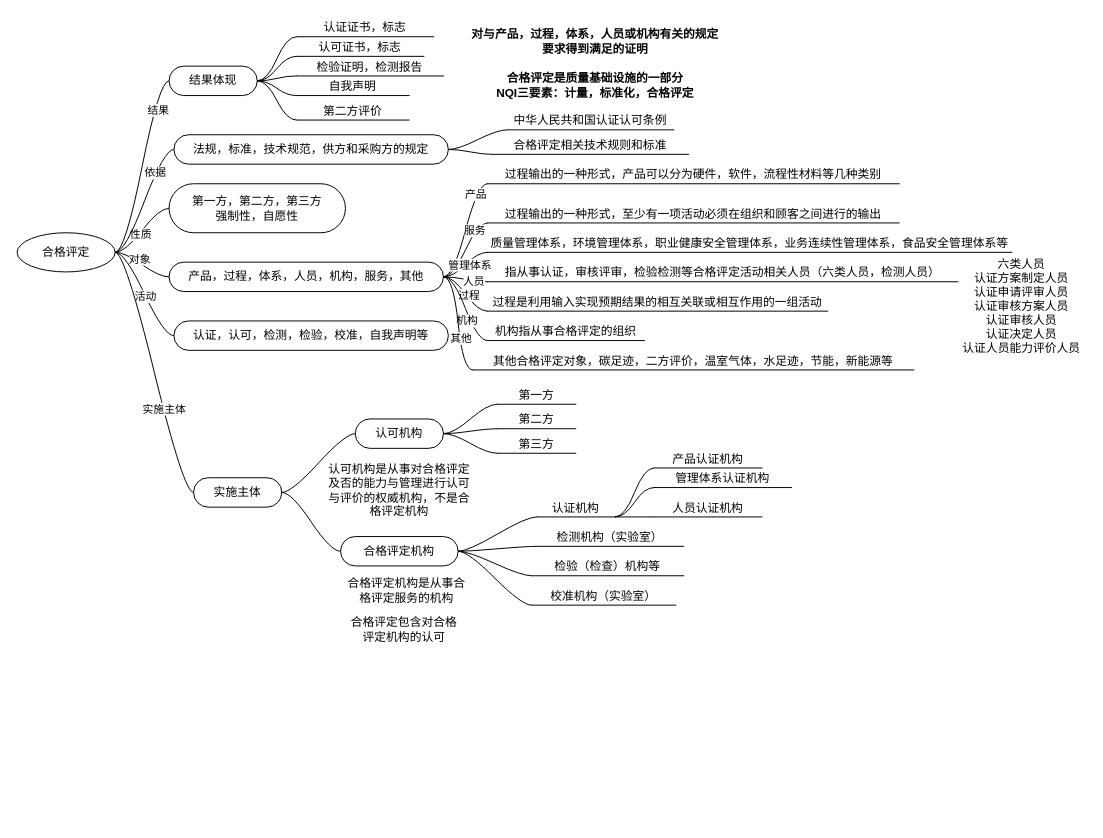
Before: 合格评定.drawio in f23505106/drawio, a draw.io diagram. Source tidied: cells renumbered, new cells numbered last; positions are measured from the earlier drawing's top-left corner, leaving out a move shared by most shapes. Both pictures are drawn from the tidied source at 98%, with x=0, y=0 at pixel (17, 17).
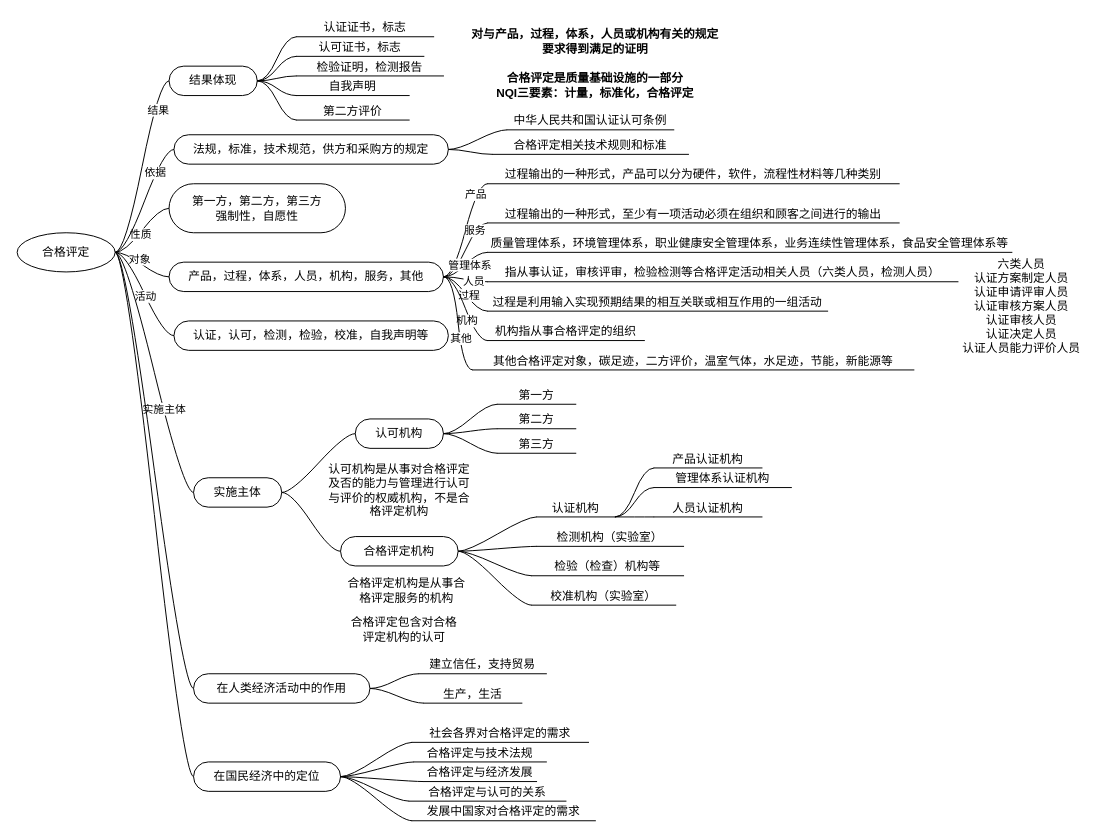
The same diagram, later.

The change refers to these unchanged cells:
```xml
<mxCell id="2" value="合格评定" style="ellipse;whiteSpace=wrap;html=1;align=center;newEdgeStyle={&quot;edgeStyle&quot;:&quot;entityRelationEdgeStyle&quot;,&quot;startArrow&quot;:&quot;none&quot;,&quot;endArrow&quot;:&quot;none&quot;,&quot;segment&quot;:10,&quot;curved&quot;:1,&quot;sourcePerimeterSpacing&quot;:0,&quot;targetPerimeterSpacing&quot;:0};" parent="1" vertex="1">
  <mxGeometry y="220" width="100" height="40" as="geometry" />
</mxCell>
```

Change to the diagram source:
```diff
@@
+    <mxCell id="86" value="在人类经济活动中的作用" style="whiteSpace=wrap;html=1;rounded=1;arcSize=50;align=center;verticalAlign=middle;strokeWidth=1;spacing=4;newEdgeStyle={&quot;edgeStyle&quot;:&quot;entityRelationEdgeStyle&quot;,&quot;startArrow&quot;:&quot;none&quot;,&quot;endArrow&quot;:&quot;none&quot;,&quot;segment&quot;:10,&quot;curved&quot;:1,&quot;sourcePerimeterSpacing&quot;:0,&quot;targetPerimeterSpacing&quot;:0};" parent="1" vertex="1">
+      <mxGeometry x="180" y="670" width="180" height="30" as="geometry" />
+    </mxCell>
+    <mxCell id="87" style="edgeStyle=entityRelationEdgeStyle;startArrow=none;endArrow=none;segment=10;curved=1;sourcePerimeterSpacing=0;targetPerimeterSpacing=0;rounded=0;exitX=1;exitY=0.5;exitDx=0;exitDy=0;" parent="1" edge="1" source="2" target="86">
+      <mxGeometry relative="1" as="geometry" />
+    </mxCell>
+    <mxCell id="88" value="建立信任，支持贸易" style="whiteSpace=wrap;html=1;shape=partialRectangle;top=0;left=0;bottom=1;right=0;points=[[0,1],[1,1]];fillColor=none;align=center;verticalAlign=bottom;routingCenterY=0.5;snapToPoint=1;newEdgeStyle={&quot;edgeStyle&quot;:&quot;entityRelationEdgeStyle&quot;,&quot;startArrow&quot;:&quot;none&quot;,&quot;endArrow&quot;:&quot;none&quot;,&quot;segment&quot;:10,&quot;curved&quot;:1,&quot;sourcePerimeterSpacing&quot;:0,&quot;targetPerimeterSpacing&quot;:0};" parent="1" vertex="1">
+      <mxGeometry x="410" y="640" width="130" height="30" as="geometry" />
+    </mxCell>
+    <mxCell id="89" style="edgeStyle=entityRelationEdgeStyle;startArrow=none;endArrow=none;segment=10;curved=1;sourcePerimeterSpacing=0;targetPerimeterSpacing=0;rounded=0;exitX=1;exitY=0.5;exitDx=0;exitDy=0;" parent="1" edge="1" source="86" target="88">
+      <mxGeometry relative="1" as="geometry" />
+    </mxCell>
+    <mxCell id="90" value="生产，生活" style="whiteSpace=wrap;html=1;shape=partialRectangle;top=0;left=0;bottom=1;right=0;points=[[0,1],[1,1]];fillColor=none;align=center;verticalAlign=bottom;routingCenterY=0.5;snapToPoint=1;newEdgeStyle={&quot;edgeStyle&quot;:&quot;entityRelationEdgeStyle&quot;,&quot;startArrow&quot;:&quot;none&quot;,&quot;endArrow&quot;:&quot;none&quot;,&quot;segment&quot;:10,&quot;curved&quot;:1,&quot;sourcePerimeterSpacing&quot;:0,&quot;targetPerimeterSpacing&quot;:0};" parent="1" vertex="1">
+      <mxGeometry x="415" y="670" width="100" height="30" as="geometry" />
+    </mxCell>
+    <mxCell id="91" style="edgeStyle=entityRelationEdgeStyle;startArrow=none;endArrow=none;segment=10;curved=1;sourcePerimeterSpacing=0;targetPerimeterSpacing=0;rounded=0;exitX=1;exitY=0.5;exitDx=0;exitDy=0;" parent="1" edge="1" source="86" target="90">
+      <mxGeometry relative="1" as="geometry" />
+    </mxCell>
+    <mxCell id="92" value="在国民经济中的定位" style="whiteSpace=wrap;html=1;rounded=1;arcSize=50;align=center;verticalAlign=middle;strokeWidth=1;spacing=4;newEdgeStyle={&quot;edgeStyle&quot;:&quot;entityRelationEdgeStyle&quot;,&quot;startArrow&quot;:&quot;none&quot;,&quot;endArrow&quot;:&quot;none&quot;,&quot;segment&quot;:10,&quot;curved&quot;:1,&quot;sourcePerimeterSpacing&quot;:0,&quot;targetPerimeterSpacing&quot;:0};" parent="1" vertex="1">
+      <mxGeometry x="180" y="760" width="150" height="30" as="geometry" />
+    </mxCell>
+    <mxCell id="93" style="edgeStyle=entityRelationEdgeStyle;startArrow=none;endArrow=none;segment=10;curved=1;sourcePerimeterSpacing=0;targetPerimeterSpacing=0;rounded=0;exitX=1;exitY=0.5;exitDx=0;exitDy=0;" parent="1" edge="1" source="2" target="92">
+      <mxGeometry relative="1" as="geometry" />
+    </mxCell>
+    <mxCell id="94" value="社会各界对合格评定的需求" style="whiteSpace=wrap;html=1;shape=partialRectangle;top=0;left=0;bottom=1;right=0;points=[[0,1],[1,1]];fillColor=none;align=center;verticalAlign=bottom;routingCenterY=0.5;snapToPoint=1;newEdgeStyle={&quot;edgeStyle&quot;:&quot;entityRelationEdgeStyle&quot;,&quot;startArrow&quot;:&quot;none&quot;,&quot;endArrow&quot;:&quot;none&quot;,&quot;segment&quot;:10,&quot;curved&quot;:1,&quot;sourcePerimeterSpacing&quot;:0,&quot;targetPerimeterSpacing&quot;:0};" parent="1" vertex="1">
+      <mxGeometry x="403" y="710" width="180" height="30" as="geometry" />
+    </mxCell>
+    <mxCell id="95" style="edgeStyle=entityRelationEdgeStyle;startArrow=none;endArrow=none;segment=10;curved=1;sourcePerimeterSpacing=0;targetPerimeterSpacing=0;rounded=0;exitX=1;exitY=0.5;exitDx=0;exitDy=0;" parent="1" edge="1" source="92" target="94">
+      <mxGeometry relative="1" as="geometry" />
+    </mxCell>
+    <mxCell id="96" value="合格评定与技术法规" style="whiteSpace=wrap;html=1;shape=partialRectangle;top=0;left=0;bottom=1;right=0;points=[[0,1],[1,1]];fillColor=none;align=center;verticalAlign=bottom;routingCenterY=0.5;snapToPoint=1;newEdgeStyle={&quot;edgeStyle&quot;:&quot;entityRelationEdgeStyle&quot;,&quot;startArrow&quot;:&quot;none&quot;,&quot;endArrow&quot;:&quot;none&quot;,&quot;segment&quot;:10,&quot;curved&quot;:1,&quot;sourcePerimeterSpacing&quot;:0,&quot;targetPerimeterSpacing&quot;:0};" parent="1" vertex="1">
+      <mxGeometry x="405" y="730" width="135" height="30" as="geometry" />
+    </mxCell>
+    <mxCell id="97" style="edgeStyle=entityRelationEdgeStyle;startArrow=none;endArrow=none;segment=10;curved=1;sourcePerimeterSpacing=0;targetPerimeterSpacing=0;rounded=0;exitX=1;exitY=0.5;exitDx=0;exitDy=0;" parent="1" edge="1" source="92" target="96">
+      <mxGeometry relative="1" as="geometry" />
+    </mxCell>
+    <mxCell id="98" value="合格评定与经济发展" style="whiteSpace=wrap;html=1;shape=partialRectangle;top=0;left=0;bottom=1;right=0;points=[[0,1],[1,1]];fillColor=none;align=center;verticalAlign=bottom;routingCenterY=0.5;snapToPoint=1;newEdgeStyle={&quot;edgeStyle&quot;:&quot;entityRelationEdgeStyle&quot;,&quot;startArrow&quot;:&quot;none&quot;,&quot;endArrow&quot;:&quot;none&quot;,&quot;segment&quot;:10,&quot;curved&quot;:1,&quot;sourcePerimeterSpacing&quot;:0,&quot;targetPerimeterSpacing&quot;:0};" parent="1" vertex="1">
+      <mxGeometry x="415" y="750" width="115" height="30" as="geometry" />
+    </mxCell>
+    <mxCell id="99" style="edgeStyle=entityRelationEdgeStyle;startArrow=none;endArrow=none;segment=10;curved=1;sourcePerimeterSpacing=0;targetPerimeterSpacing=0;rounded=0;exitX=1;exitY=0.5;exitDx=0;exitDy=0;" parent="1" edge="1" source="92" target="98">
+      <mxGeometry relative="1" as="geometry" />
+    </mxCell>
+    <mxCell id="100" value="合格评定与认可的关系" style="whiteSpace=wrap;html=1;shape=partialRectangle;top=0;left=0;bottom=1;right=0;points=[[0,1],[1,1]];fillColor=none;align=center;verticalAlign=bottom;routingCenterY=0.5;snapToPoint=1;newEdgeStyle={&quot;edgeStyle&quot;:&quot;entityRelationEdgeStyle&quot;,&quot;startArrow&quot;:&quot;none&quot;,&quot;endArrow&quot;:&quot;none&quot;,&quot;segment&quot;:10,&quot;curved&quot;:1,&quot;sourcePerimeterSpacing&quot;:0,&quot;targetPerimeterSpacing&quot;:0};" parent="1" vertex="1">
+      <mxGeometry x="400" y="770" width="160" height="30" as="geometry" />
+    </mxCell>
+    <mxCell id="101" style="edgeStyle=entityRelationEdgeStyle;startArrow=none;endArrow=none;segment=10;curved=1;sourcePerimeterSpacing=0;targetPerimeterSpacing=0;rounded=0;exitX=1;exitY=0.5;exitDx=0;exitDy=0;" parent="1" edge="1" source="92" target="100">
+      <mxGeometry relative="1" as="geometry" />
+    </mxCell>
+    <mxCell id="102" value="发展中国家对合格评定的需求" style="whiteSpace=wrap;html=1;shape=partialRectangle;top=0;left=0;bottom=1;right=0;points=[[0,1],[1,1]];fillColor=none;align=center;verticalAlign=bottom;routingCenterY=0.5;snapToPoint=1;newEdgeStyle={&quot;edgeStyle&quot;:&quot;entityRelationEdgeStyle&quot;,&quot;startArrow&quot;:&quot;none&quot;,&quot;endArrow&quot;:&quot;none&quot;,&quot;segment&quot;:10,&quot;curved&quot;:1,&quot;sourcePerimeterSpacing&quot;:0,&quot;targetPerimeterSpacing&quot;:0};" parent="1" vertex="1">
+      <mxGeometry x="403" y="790" width="187" height="30" as="geometry" />
+    </mxCell>
+    <mxCell id="103" style="edgeStyle=entityRelationEdgeStyle;startArrow=none;endArrow=none;segment=10;curved=1;sourcePerimeterSpacing=0;targetPerimeterSpacing=0;rounded=0;exitX=1;exitY=0.5;exitDx=0;exitDy=0;" parent="1" edge="1" source="92" target="102">
+      <mxGeometry relative="1" as="geometry" />
+    </mxCell>
```
